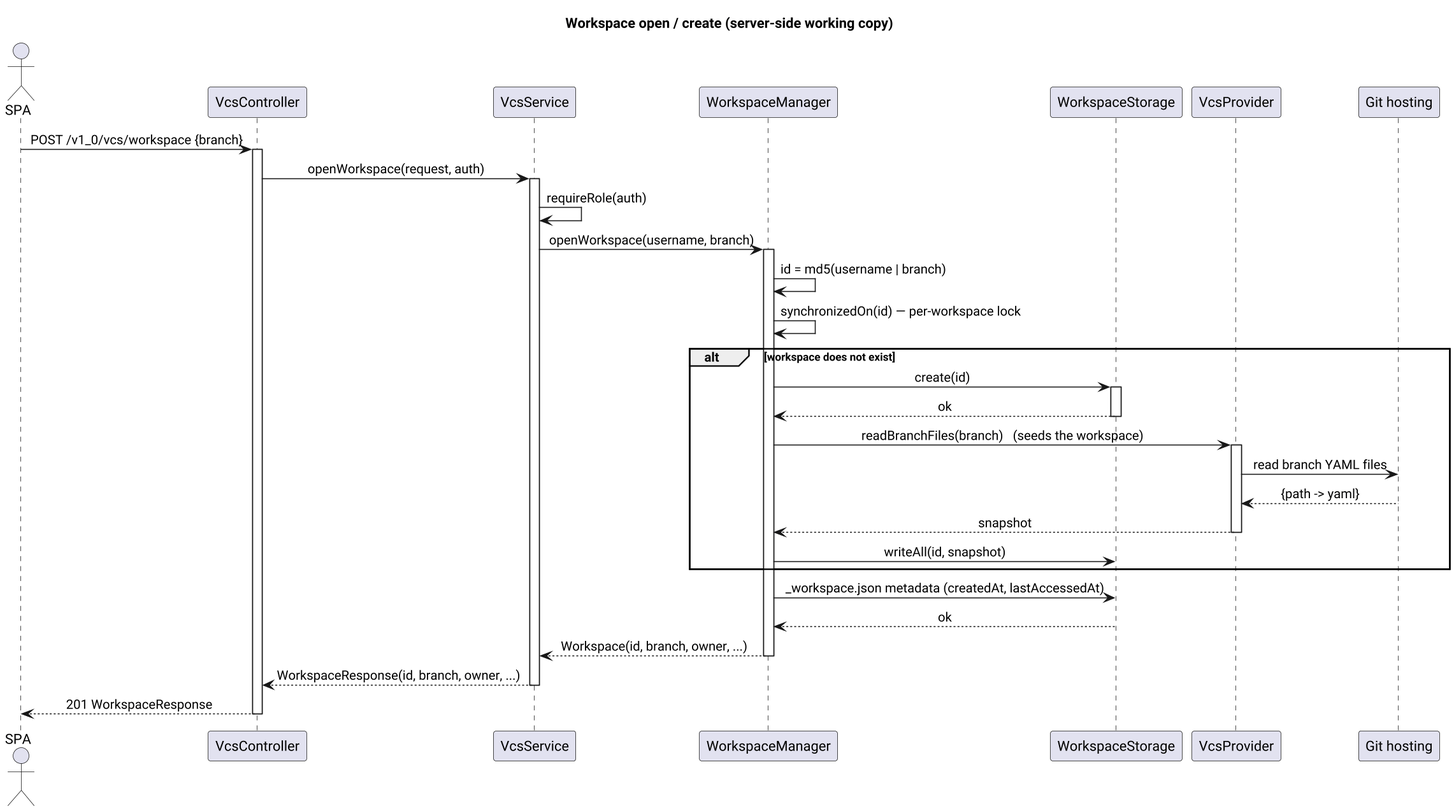
zaytsevdmitry/lakehouse keeps this PlantUML diagram as lakehouse-ui-modeller-svc/doc/diagrams/workspace-open.png. Above is the earlier version. The source it was exported from:
```plantuml
@startuml
title Workspace open / create (server-side working copy)
skinparam sequenceMessageAlign center
skinparam shadowing false
skinparam defaultFontName "Helvetica"
skinparam dpi 150

actor SPA
participant "VcsController" as V
participant "VcsService" as S
participant "WorkspaceManager" as M
participant "WorkspaceStorage" as ST
participant "VcsProvider" as P
participant "Git hosting" as G

SPA -> V: POST /v1_0/vcs/workspace {branch}
activate V
V -> S: openWorkspace(request, auth)
activate S
S -> S: requireRole(auth)
S -> M: openWorkspace(username, branch)
activate M
M -> M: id = md5(username | branch)
M -> M: synchronizedOn(id) — per-workspace lock

alt workspace does not exist
  M -> ST: create(id)
  activate ST
  ST --> M: ok
  deactivate ST
  M -> P: readBranchFiles(branch)   (seeds the workspace)
  activate P
  P -> G: read branch YAML files
  G --> P: {path -> yaml}
  P --> M: snapshot
  deactivate P
  M -> ST: writeAll(id, snapshot)
end

M -> ST: _workspace.json metadata (createdAt, lastAccessedAt)
ST --> M: ok
M --> S: Workspace(id, branch, owner, ...)
deactivate M
S --> V: WorkspaceResponse(id, branch, owner, ...)
deactivate S
V --> SPA: 201 WorkspaceResponse
deactivate V
@enduml
```
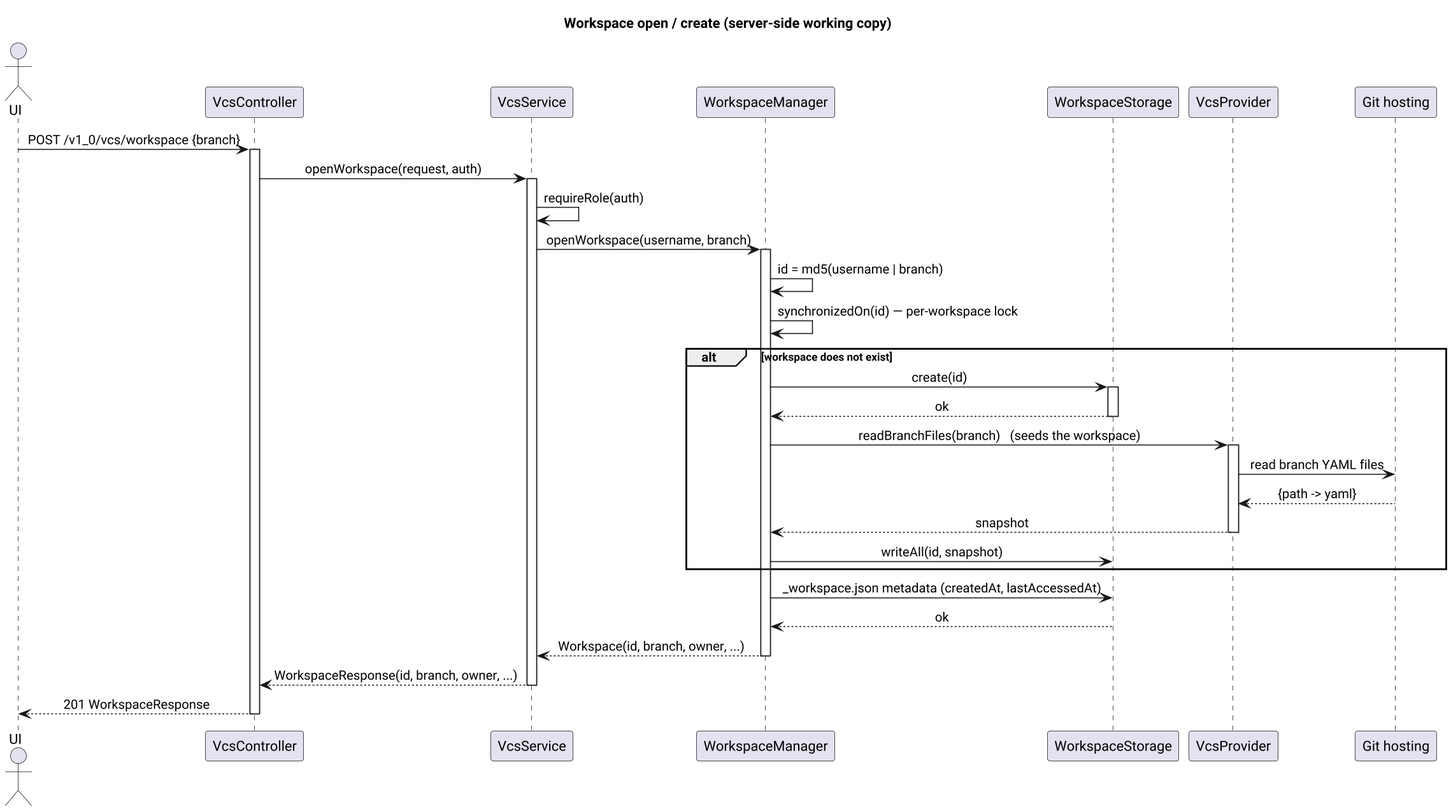
After the change.

The edit, as a diff of the source:
```diff
@@ -5,7 +5,7 @@
 skinparam defaultFontName "Helvetica"
 skinparam dpi 150
 
-actor SPA
+actor UI
 participant "VcsController" as V
 participant "VcsService" as S
 participant "WorkspaceManager" as M
@@ -13,7 +13,7 @@
 participant "VcsProvider" as P
 participant "Git hosting" as G
 
-SPA -> V: POST /v1_0/vcs/workspace {branch}
+UI -> V: POST /v1_0/vcs/workspace {branch}
 activate V
 V -> S: openWorkspace(request, auth)
 activate S
@@ -43,6 +43,6 @@
 deactivate M
 S --> V: WorkspaceResponse(id, branch, owner, ...)
 deactivate S
-V --> SPA: 201 WorkspaceResponse
+V --> UI: 201 WorkspaceResponse
 deactivate V
 @enduml
```
